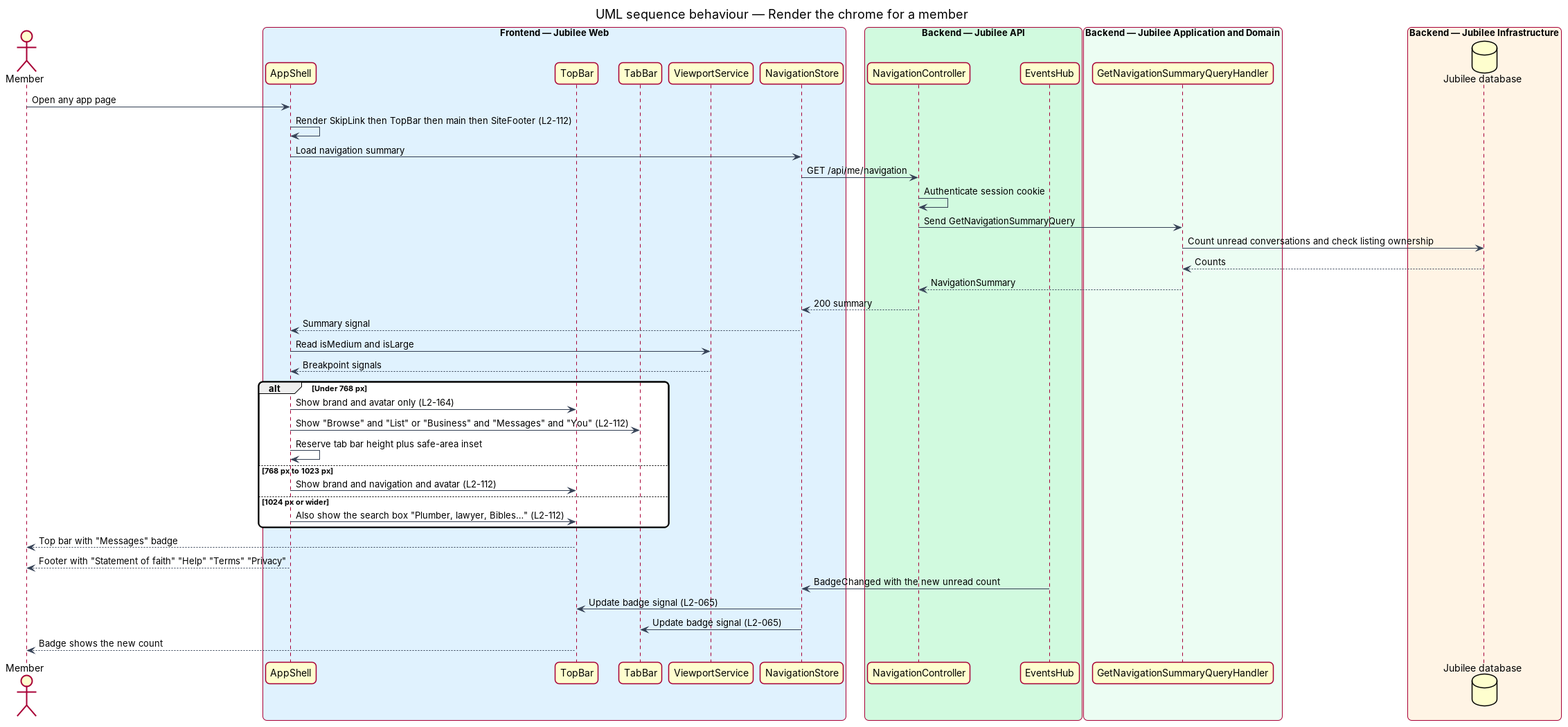
QuinntyneBrown/jubilee keeps this PlantUML diagram as docs/detailed-designs/trust-content/render-site-chrome/diagrams/sequence-render-chrome.png. Above is the earlier version. Its source is kept beside it as docs/detailed-designs/trust-content/render-site-chrome/diagrams/sequence-render-chrome.puml.
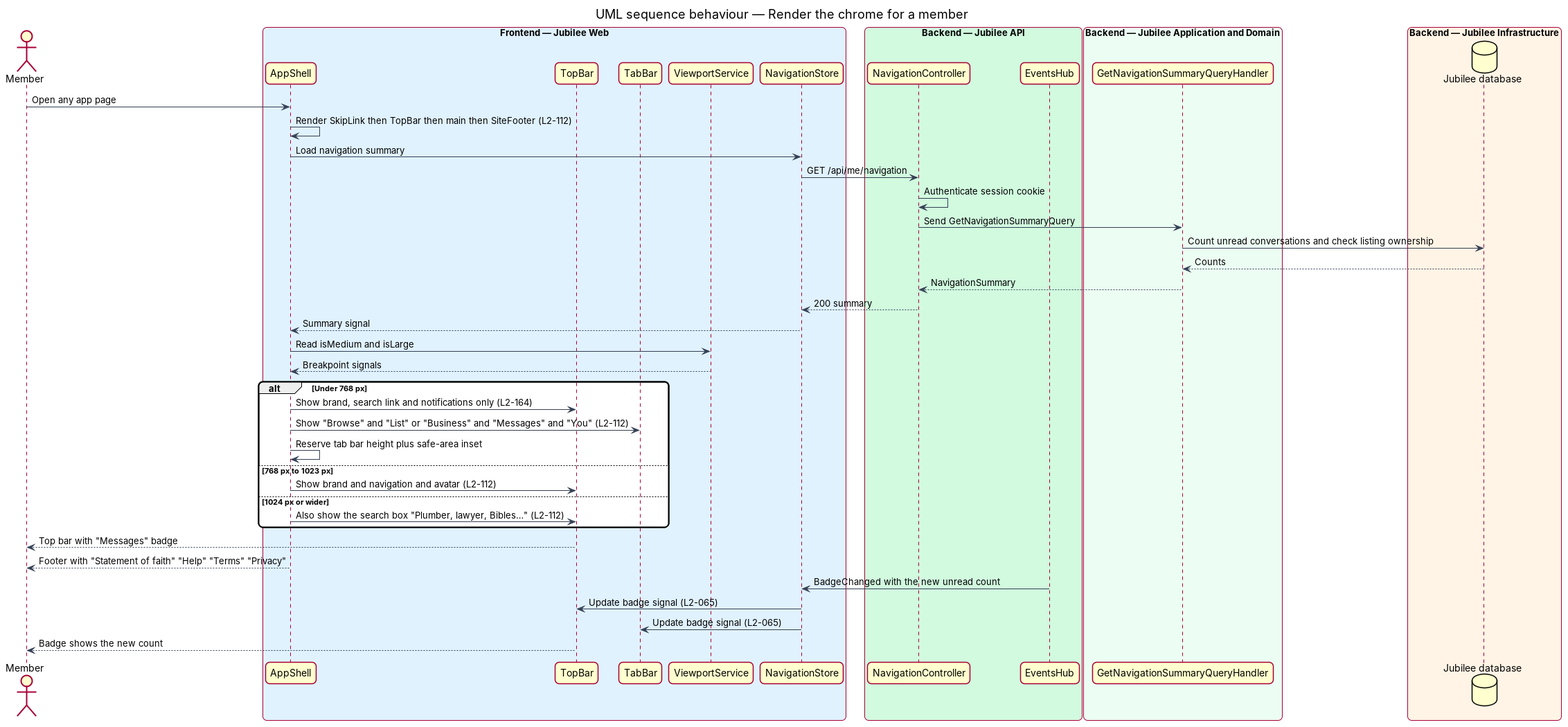
After the change.

The edit, as a diff of the source:
```diff
@@ -46,7 +46,7 @@
 shell -> viewport : Read isMedium and isLarge
 viewport --> shell : Breakpoint signals
 alt Under 768 px
-  shell -> top : Show brand and avatar only (L2-164)
+  shell -> top : Show brand, search link and notifications only (L2-164)
   shell -> tab : Show "Browse" and "List" or "Business" and "Messages" and "You" (L2-112)
   shell -> shell : Reserve tab bar height plus safe-area inset
 else 768 px to 1023 px
```
